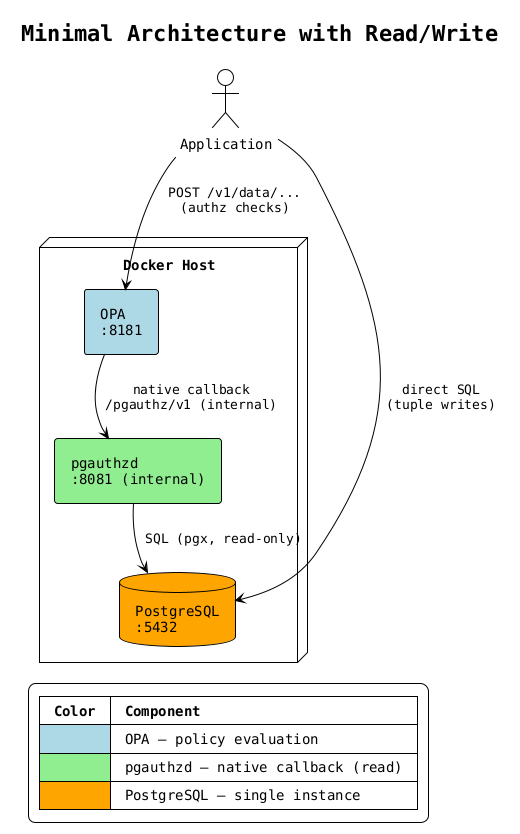
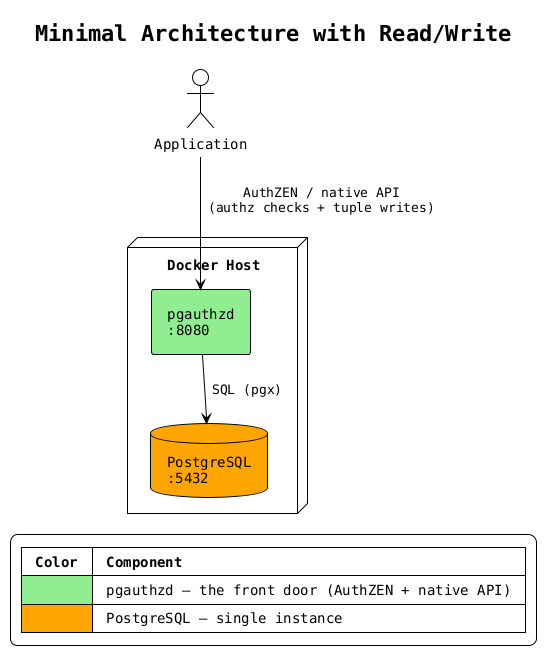
@startuml architecture-minimal

!theme plain
skinparam backgroundColor white
skinparam componentStyle rectangle
skinparam defaultFontName monospaced
skinparam nodesep 50
skinparam ranksep 40
skinparam padding 6

title Minimal Architecture with Read/Write

actor "Application" as app1

node "Docker Host" as host1 {
-     component "OPA\n:8181" as opa1 #LightBlue
-     component "pgauthzd\n:8081 (internal)" as pgd1 #LightGreen
+     component "pgauthzd\n:8080" as pgd1 #LightGreen
    database "PostgreSQL\n:5432" as pg1 #Orange
}

- app1 -down-> opa1 : "POST /v1/data/...\n(authz checks)"
- opa1 -down-> pgd1 : "native callback\n/pgauthz/v1 (internal)"
- pgd1 -down-> pg1 : "SQL (pgx, read-only)"
- app1 -down-> pg1 : "direct SQL\n(tuple writes)"
+ ' Minimal = no OPA: pgauthzd is the front door, answering straight from the
+ ' ReBAC graph (decision-only for reads, full for writes). Add OPA only when you
+ ' need Rego policy enrichment (see the full / enterprise diagrams).
+ app1 -down-> pgd1 : "AuthZEN / native API\n(authz checks + tuple writes)"
+ pgd1 -down-> pg1 : "SQL (pgx)"

legend bottom left
  |= Color |= Component |
-   | <#LightBlue> | OPA — policy evaluation |
-   | <#LightGreen> | pgauthzd — native callback (read) |
+   | <#LightGreen> | pgauthzd — the front door (AuthZEN + native API) |
  | <#Orange> | PostgreSQL — single instance |
end legend

@enduml
